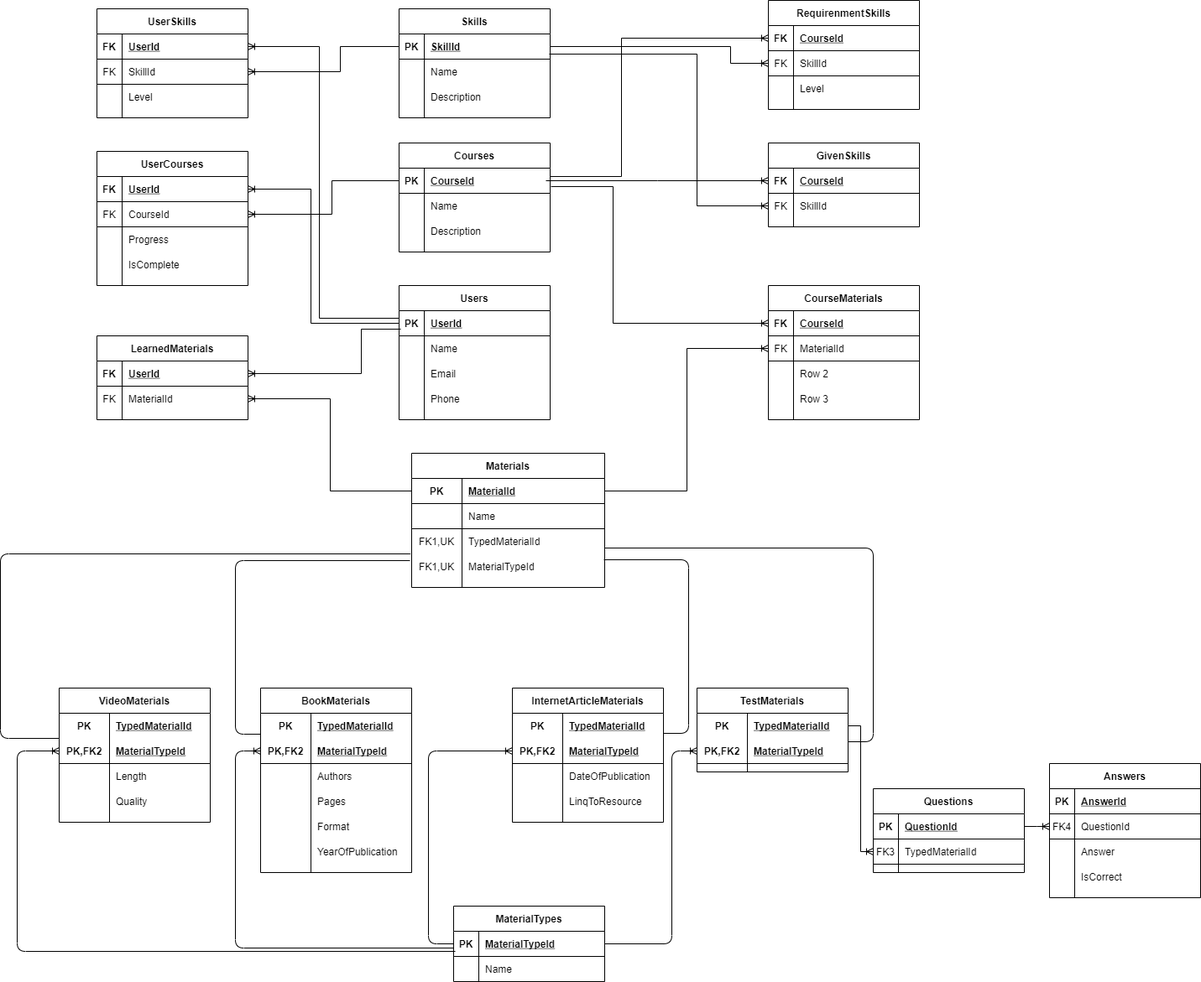
Earlier version of the draw.io export ER_Diagram.png (oleh-skoromnyi/education-portal). Source tidied: cells renumbered, new cells last; positions are measured from the earlier drawing's top-left corner, leaving out a move shared by most shapes.
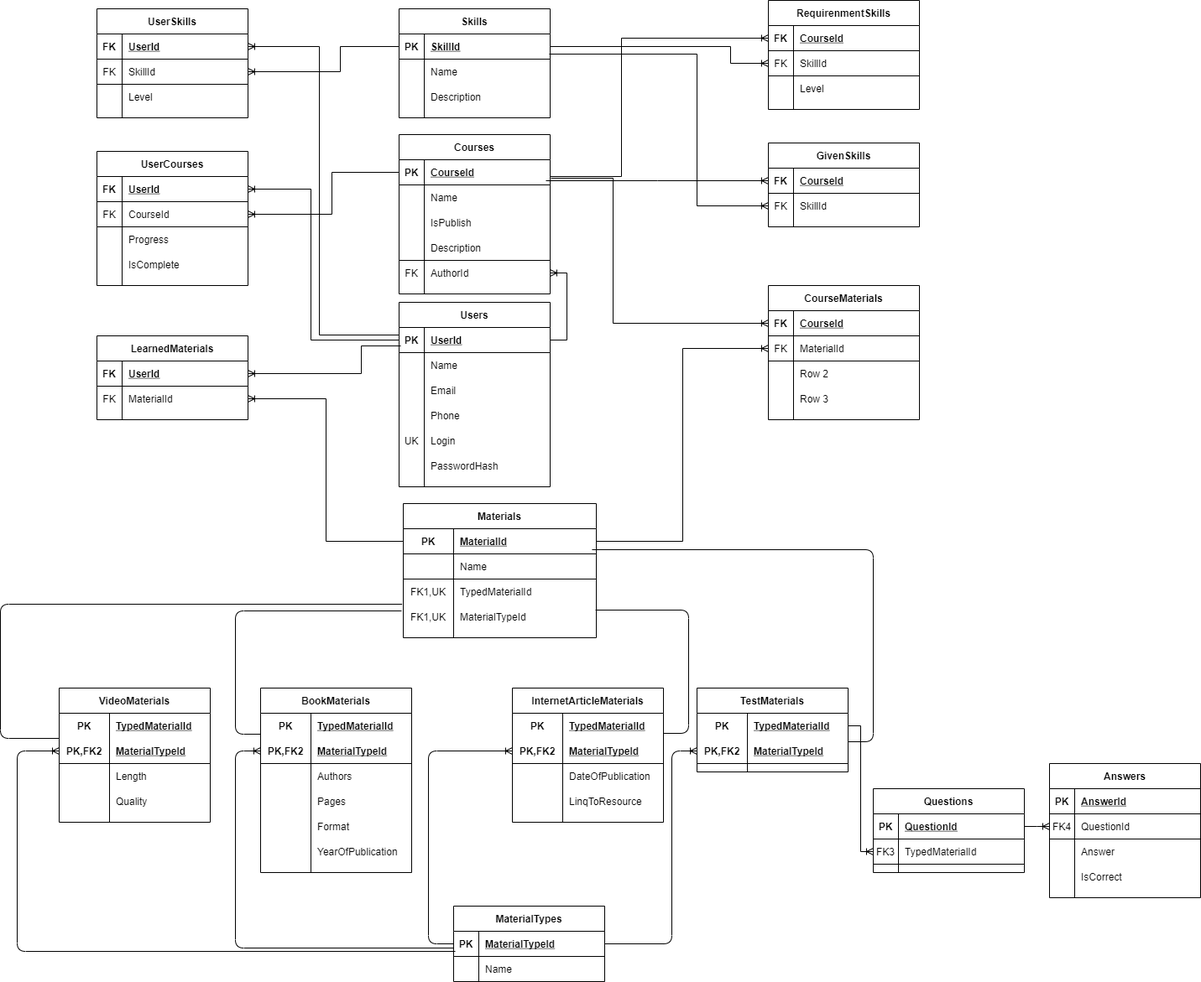
After the commit.

Commit message:
Added new fields(forgotten on creati^Cto ER diagram

What changed in the source:
```diff
@@ -42,7 +42,7 @@
       <mxGeometry x="60" width="120" height="30" as="geometry" />
     </mxCell>
     <mxCell id="15" value="Materials" style="shape=table;startSize=30;rowLines=0;fontStyle=1;align=center;" parent="1" vertex="1">
-      <mxGeometry x="490" y="540" width="230" height="160" as="geometry" />
+      <mxGeometry x="480" y="600" width="230" height="160" as="geometry" />
     </mxCell>
     <mxCell id="16" style="shape=partialRectangle;fillColor=none;top=0;left=0;bottom=1;right=0;points=[[0,0.5],[1,0.5]];portConstraint=eastwest;" parent="15" vertex="1">
       <mxGeometry y="30" width="230" height="30" as="geometry" />
@@ -333,9 +333,8 @@
         </Array>
       </mxGeometry>
     </mxCell>
-    <mxCell id="101" style="edgeStyle=elbowEdgeStyle;fontSize=12;html=1;endArrow=none;endFill=0;" parent="1" edge="1">
+    <mxCell id="101" style="edgeStyle=elbowEdgeStyle;fontSize=12;html=1;endArrow=none;endFill=0;exitX=0.978;exitY=-0.167;exitDx=0;exitDy=0;exitPerimeter=0;" parent="1" edge="1" source="19">
       <mxGeometry relative="1" as="geometry">
-        <mxPoint x="720" y="653" as="sourcePoint" />
         <mxPoint x="1010" y="884" as="targetPoint" />
         <Array as="points">
           <mxPoint x="1040" y="780" />
@@ -349,7 +348,7 @@
       <mxGeometry relative="1" as="geometry" />
     </mxCell>
     <mxCell id="104" value="Users" style="shape=table;startSize=30;rowLines=0;fontStyle=1;align=center;shadow=0;sketch=0;strokeColor=#000000;strokeWidth=1;fillColor=#FFFFFF;gradientColor=none;" parent="1" vertex="1">
-      <mxGeometry x="475" y="340" width="180" height="160" as="geometry" />
+      <mxGeometry x="475" y="360" width="180" height="220" as="geometry" />
     </mxCell>
     <mxCell id="105" style="shape=partialRectangle;fillColor=none;top=0;left=0;bottom=1;right=0;points=[[0,0.5],[1,0.5]];portConstraint=eastwest;" parent="104" vertex="1">
       <mxGeometry y="30" width="180" height="30" as="geometry" />
@@ -387,8 +386,26 @@
     <mxCell id="116" value="Phone" style="shape=partialRectangle;fillColor=none;top=0;left=0;bottom=0;right=0;align=left;spacingLeft=6;overflow=hidden;" parent="114" vertex="1">
       <mxGeometry x="30" width="150" height="30" as="geometry" />
     </mxCell>
+    <mxCell id="209" style="shape=partialRectangle;fillColor=none;top=0;left=0;bottom=0;right=0;" parent="104" vertex="1">
+      <mxGeometry y="150" width="180" height="30" as="geometry" />
+    </mxCell>
+    <mxCell id="210" value="UK" style="shape=partialRectangle;fillColor=none;top=0;left=0;bottom=0;right=0;overflow=hidden;" parent="209" vertex="1">
+      <mxGeometry width="30" height="30" as="geometry" />
+    </mxCell>
+    <mxCell id="211" value="Login" style="shape=partialRectangle;fillColor=none;top=0;left=0;bottom=0;right=0;align=left;spacingLeft=6;overflow=hidden;" parent="209" vertex="1">
+      <mxGeometry x="30" width="150" height="30" as="geometry" />
+    </mxCell>
+    <mxCell id="212" style="shape=partialRectangle;fillColor=none;top=0;left=0;bottom=0;right=0;" parent="104" vertex="1">
+      <mxGeometry y="180" width="180" height="30" as="geometry" />
+    </mxCell>
+    <mxCell id="213" style="shape=partialRectangle;fillColor=none;top=0;left=0;bottom=0;right=0;overflow=hidden;" parent="212" vertex="1">
+      <mxGeometry width="30" height="30" as="geometry" />
+    </mxCell>
+    <mxCell id="214" value="PasswordHash" style="shape=partialRectangle;fillColor=none;top=0;left=0;bottom=0;right=0;align=left;spacingLeft=6;overflow=hidden;" parent="212" vertex="1">
+      <mxGeometry x="30" width="150" height="30" as="geometry" />
+    </mxCell>
     <mxCell id="117" value="Courses" style="shape=table;startSize=30;rowLines=0;fontStyle=1;align=center;shadow=0;sketch=0;strokeColor=#000000;strokeWidth=1;fillColor=#FFFFFF;gradientColor=none;" parent="1" vertex="1">
-      <mxGeometry x="475" y="170" width="180" height="130" as="geometry" />
+      <mxGeometry x="475" y="160" width="180" height="190" as="geometry" />
     </mxCell>
     <mxCell id="118" style="shape=partialRectangle;fillColor=none;top=0;left=0;bottom=1;right=0;points=[[0,0.5],[1,0.5]];portConstraint=eastwest;" parent="117" vertex="1">
       <mxGeometry y="30" width="180" height="30" as="geometry" />
@@ -408,8 +425,17 @@
     <mxCell id="123" value="Name" style="shape=partialRectangle;fillColor=none;top=0;left=0;bottom=0;right=0;align=left;spacingLeft=6;overflow=hidden;" parent="121" vertex="1">
       <mxGeometry x="30" width="150" height="30" as="geometry" />
     </mxCell>
+    <mxCell id="215" style="shape=partialRectangle;fillColor=none;top=0;left=0;bottom=0;right=0;" parent="117" vertex="1">
+      <mxGeometry y="90" width="180" height="30" as="geometry" />
+    </mxCell>
+    <mxCell id="216" style="shape=partialRectangle;fillColor=none;top=0;left=0;bottom=0;right=0;overflow=hidden;" parent="215" vertex="1">
+      <mxGeometry width="30" height="30" as="geometry" />
+    </mxCell>
+    <mxCell id="217" value="IsPublish" style="shape=partialRectangle;fillColor=none;top=0;left=0;bottom=0;right=0;align=left;spacingLeft=6;overflow=hidden;" parent="215" vertex="1">
+      <mxGeometry x="30" width="150" height="30" as="geometry" />
+    </mxCell>
     <mxCell id="124" style="shape=partialRectangle;fillColor=none;top=0;left=0;bottom=0;right=0;" parent="117" vertex="1">
-      <mxGeometry y="90" width="180" height="30" as="geometry" />
+      <mxGeometry y="120" width="180" height="30" as="geometry" />
     </mxCell>
     <mxCell id="125" style="shape=partialRectangle;fillColor=none;top=0;left=0;bottom=0;right=0;overflow=hidden;" parent="124" vertex="1">
       <mxGeometry width="30" height="30" as="geometry" />
@@ -417,6 +443,15 @@
     <mxCell id="126" value="Description" style="shape=partialRectangle;fillColor=none;top=0;left=0;bottom=0;right=0;align=left;spacingLeft=6;overflow=hidden;" parent="124" vertex="1">
       <mxGeometry x="30" width="150" height="30" as="geometry" />
     </mxCell>
+    <mxCell id="218" style="shape=partialRectangle;fillColor=none;top=1;left=0;bottom=0;right=0;points=[[0,0.5],[1,0.5]];portConstraint=eastwest;" parent="117" vertex="1">
+      <mxGeometry y="150" width="180" height="30" as="geometry" />
+    </mxCell>
+    <mxCell id="219" value="FK" style="shape=partialRectangle;fillColor=none;top=0;left=0;bottom=0;right=0;overflow=hidden;" parent="218" vertex="1">
+      <mxGeometry width="30" height="30" as="geometry" />
+    </mxCell>
+    <mxCell id="220" value="AuthorId" style="shape=partialRectangle;fillColor=none;top=0;left=0;bottom=0;right=0;align=left;spacingLeft=6;overflow=hidden;" parent="218" vertex="1">
+      <mxGeometry x="30" width="150" height="30" as="geometry" />
+    </mxCell>
     <mxCell id="127" value="Skills" style="shape=table;startSize=30;rowLines=0;fontStyle=1;align=center;shadow=0;sketch=0;strokeColor=#000000;strokeWidth=1;fillColor=#FFFFFF;gradientColor=none;" parent="1" vertex="1">
       <mxGeometry x="475" y="10" width="180" height="130" as="geometry" />
     </mxCell>
@@ -703,5 +738,8 @@
     <mxCell id="208" style="edgeStyle=elbowEdgeStyle;rounded=0;jettySize=auto;html=1;exitX=1;exitY=0.5;exitDx=0;exitDy=0;entryX=0;entryY=0.5;entryDx=0;entryDy=0;startArrow=none;startFill=0;endArrow=ERoneToMany;endFill=0;" parent="1" edge="1" source="16" target="171">
       <mxGeometry relative="1" as="geometry" />
     </mxCell>
+    <mxCell id="221" style="edgeStyle=orthogonalEdgeStyle;rounded=0;jettySize=auto;html=1;exitX=1;exitY=0.5;exitDx=0;exitDy=0;entryX=1;entryY=0.5;entryDx=0;entryDy=0;endArrow=ERoneToMany;endFill=0;" parent="1" edge="1" source="105" target="218">
+      <mxGeometry relative="1" as="geometry" />
+    </mxCell>
   </root>
 </mxGraphModel>
```
